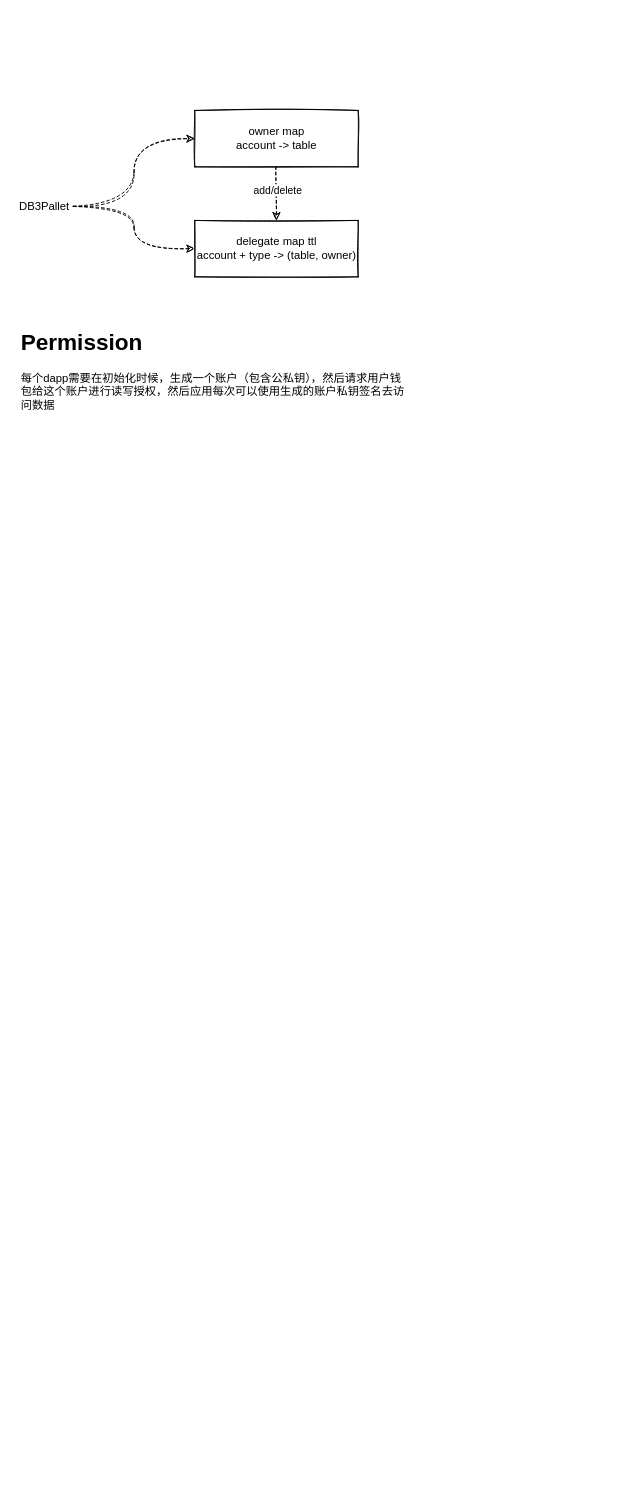
Earlier version of the draw.io diagram page "permission" (2 of 3) of db3.drawio (dbpunk-labs/db3-design). Source tidied: cells renumbered, new cells numbered last; positions are measured from the earlier drawing's top-left corner, leaving out a move shared by most shapes. Both pictures are drawn from the tidied source at 94%, with x=0, y=0 at pixel (16, 110).
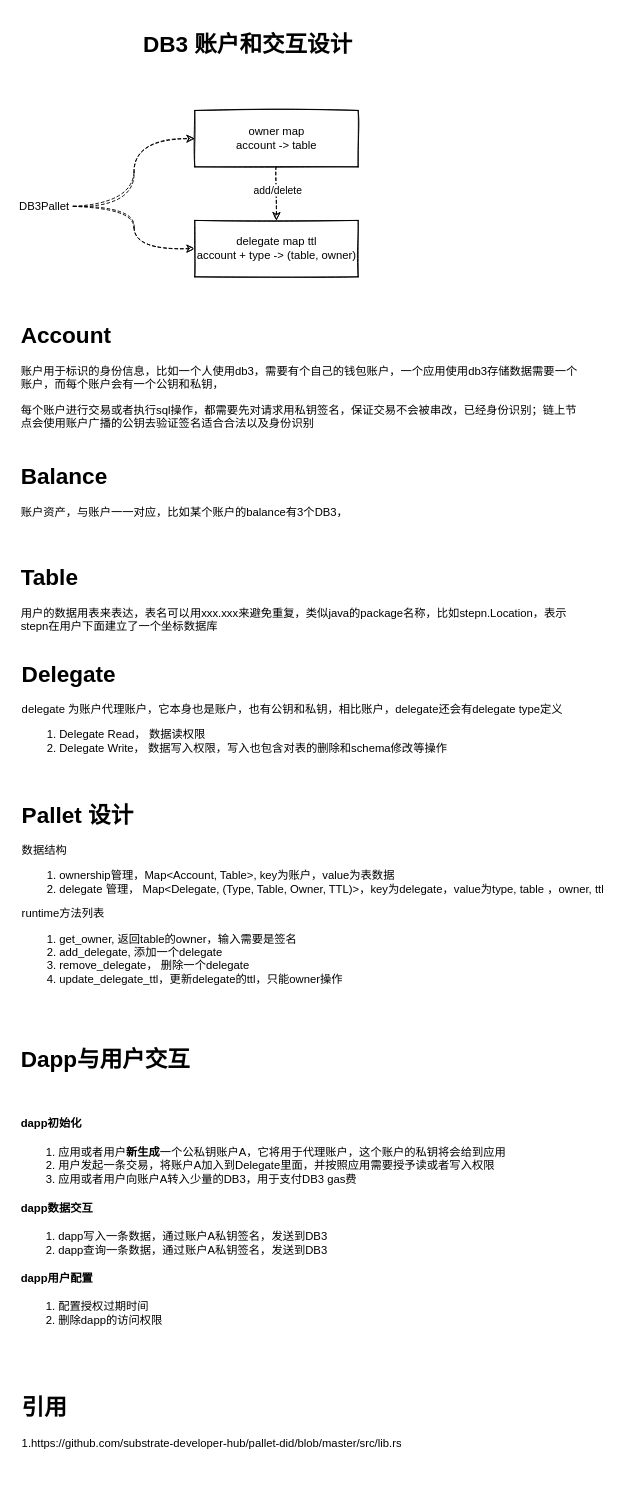
The same diagram, later.

Commit message (it also covers changes not shown here):
design the account system

The edit, as a diff of the source:
```diff
@@
 <mxGraphModel>
   <root>
     <mxCell id="0" />
     <mxCell id="1" parent="0" />
     <mxCell id="2" style="edgeStyle=orthogonalEdgeStyle;curved=1;rounded=0;sketch=1;jettySize=auto;html=1;dashed=1;startArrow=none;startFill=0;entryX=0;entryY=0.5;entryDx=0;entryDy=0;" parent="1" edge="1" source="4" target="7">
       <mxGeometry relative="1" as="geometry" />
     </mxCell>
     <mxCell id="3" style="edgeStyle=orthogonalEdgeStyle;curved=1;rounded=0;sketch=1;jettySize=auto;html=1;entryX=0;entryY=0.5;entryDx=0;entryDy=0;dashed=1;startArrow=none;startFill=0;" parent="1" edge="1" source="4" target="8">
       <mxGeometry relative="1" as="geometry" />
     </mxCell>
     <mxCell id="4" value="DB3Pallet" style="text;html=1;strokeColor=none;fillColor=none;align=center;verticalAlign=middle;whiteSpace=wrap;rounded=0;sketch=1;" parent="1" vertex="1">
       <mxGeometry x="0.4" y="87" width="60" height="30" as="geometry" />
     </mxCell>
     <mxCell id="5" style="edgeStyle=orthogonalEdgeStyle;curved=1;rounded=0;sketch=1;jettySize=auto;html=1;entryX=0.5;entryY=0;entryDx=0;entryDy=0;dashed=1;startArrow=none;startFill=0;" parent="1" edge="1" source="7" target="8">
       <mxGeometry relative="1" as="geometry" />
     </mxCell>
     <mxCell id="6" value="add/delete" style="edgeLabel;html=1;align=center;verticalAlign=middle;" parent="5" vertex="1">
       <mxGeometry x="-0.16" y="1" relative="1" as="geometry" />
     </mxCell>
     <mxCell id="7" value="owner map&lt;br&gt;account -&amp;gt; table" style="rounded=0;whiteSpace=wrap;html=1;sketch=1;" parent="1" vertex="1">
       <mxGeometry x="189.7" width="173.8" height="60" as="geometry" />
     </mxCell>
     <mxCell id="8" value="delegate map ttl&lt;br&gt;account + type -&amp;gt; (table, owner)" style="rounded=0;whiteSpace=wrap;html=1;sketch=1;" parent="1" vertex="1">
       <mxGeometry x="189.7" y="117" width="173.8" height="60" as="geometry" />
     </mxCell>
-    <mxCell id="9" value="&lt;h1&gt;Permission&lt;/h1&gt;&lt;p&gt;每个dapp需要在初始化时候，生成一个账户（包含公私钥），然后请求用户钱包给这个账户进行读写授权，然后应用每次可以使用生成的账户私钥签名去访问数据&lt;/p&gt;" style="text;html=1;strokeColor=none;fillColor=none;spacing=5;spacingTop=-20;whiteSpace=wrap;overflow=hidden;rounded=0;sketch=1;" parent="1" vertex="1">
-      <mxGeometry y="227" width="423" height="100" as="geometry" />
+    <mxCell id="9" value="&lt;h1&gt;引用&lt;/h1&gt;&lt;p&gt;1.https://github.com/substrate-developer-hub/pallet-did/blob/master/src/lib.rs&lt;/p&gt;" style="text;html=1;strokeColor=none;fillColor=none;spacing=5;spacingTop=-20;whiteSpace=wrap;overflow=hidden;rounded=0;sketch=1;" parent="1" vertex="1">
+      <mxGeometry x="0.8" y="1360" width="423" height="100" as="geometry" />
     </mxCell>
+    <mxCell id="10" value="&lt;h1&gt;Account&lt;/h1&gt;&lt;p&gt;账户用于标识的身份信息，比如一个人使用db3，需要有个自己的钱包账户，一个应用使用db3存储数据需要一个账户，而每个账户会有一个公钥和私钥，&lt;/p&gt;&lt;p&gt;每个账户进行交易或者执行sql操作，都需要先对请求用私钥签名，保证交易不会被串改，已经身份识别；链上节点会使用账户广播的公钥去验证签名适合合法以及身份识别&lt;/p&gt;&lt;p&gt;&lt;br&gt;&lt;/p&gt;" style="text;html=1;strokeColor=none;fillColor=none;spacing=5;spacingTop=-20;whiteSpace=wrap;overflow=hidden;rounded=0;sketch=1;" parent="1" vertex="1">
+      <mxGeometry x="0.4" y="220" width="609.6" height="130" as="geometry" />
+    </mxCell>
+    <mxCell id="11" value="&lt;h1&gt;Table&lt;/h1&gt;&lt;p&gt;用户的数据用表来表达，表名可以用xxx.xxx来避免重复，类似java的package名称，比如stepn.Location，表示stepn在用户下面建立了一个坐标数据库&lt;/p&gt;" style="text;html=1;strokeColor=none;fillColor=none;spacing=5;spacingTop=-20;whiteSpace=wrap;overflow=hidden;rounded=0;sketch=1;" parent="1" vertex="1">
+      <mxGeometry x="0.4" y="476.5" width="609.6" height="90" as="geometry" />
+    </mxCell>
+    <mxCell id="12" value="&lt;h1&gt;Delegate&lt;/h1&gt;&lt;p&gt;delegate 为账户代理账户，它本身也是账户，也有公钥和私钥，相比账户，delegate还会有delegate type定义&lt;/p&gt;&lt;p&gt;&lt;/p&gt;&lt;ol&gt;&lt;li&gt;Delegate Read， 数据读权限&lt;/li&gt;&lt;li&gt;Delegate Write， 数据写入权限，写入也包含对表的删除和schema修改等操作&lt;/li&gt;&lt;/ol&gt;&lt;div&gt;&lt;br&gt;&lt;/div&gt;&lt;p&gt;&lt;/p&gt;" style="text;html=1;strokeColor=none;fillColor=none;spacing=5;spacingTop=-20;whiteSpace=wrap;overflow=hidden;rounded=0;sketch=1;" parent="1" vertex="1">
+      <mxGeometry x="0.8" y="580" width="609.6" height="130" as="geometry" />
+    </mxCell>
+    <mxCell id="13" value="&lt;h1&gt;Balance&lt;/h1&gt;&lt;p&gt;账户资产，与账户一一对应，比如某个账户的balance有3个DB3，&lt;/p&gt;" style="text;html=1;strokeColor=none;fillColor=none;spacing=5;spacingTop=-20;whiteSpace=wrap;overflow=hidden;rounded=0;sketch=1;" parent="1" vertex="1">
+      <mxGeometry y="370" width="609.6" height="90" as="geometry" />
+    </mxCell>
+    <mxCell id="14" value="&lt;h1&gt;Pallet 设计&lt;/h1&gt;&lt;p&gt;数据结构&lt;/p&gt;&lt;p&gt;&lt;/p&gt;&lt;ol&gt;&lt;li&gt;ownership管理，Map&amp;lt;Account, Table&amp;gt;, key为账户，value为表数据&lt;/li&gt;&lt;li&gt;delegate 管理， Map&amp;lt;Delegate, (Type, Table, Owner, TTL)&amp;gt;，key为delegate，value为type, table ，owner, ttl&lt;/li&gt;&lt;/ol&gt;&lt;div&gt;runtime方法列表&lt;/div&gt;&lt;div&gt;&lt;ol&gt;&lt;li&gt;get_owner, 返回table的owner，输入需要是签名&lt;/li&gt;&lt;li&gt;add_delegate, 添加一个delegate&lt;/li&gt;&lt;li&gt;remove_delegate， 删除一个delegate&lt;/li&gt;&lt;li&gt;update_delegate_ttl，更新delegate的ttl，只能owner操作&lt;/li&gt;&lt;/ol&gt;&lt;/div&gt;&lt;p&gt;&lt;/p&gt;&lt;p&gt;&lt;/p&gt;" style="text;html=1;strokeColor=none;fillColor=none;spacing=5;spacingTop=-20;whiteSpace=wrap;overflow=hidden;rounded=0;sketch=1;" parent="1" vertex="1">
+      <mxGeometry x="0.8" y="730" width="629.2" height="210" as="geometry" />
+    </mxCell>
+    <mxCell id="15" value="&lt;h1&gt;DB3 账户和交互设计&lt;/h1&gt;" style="text;html=1;strokeColor=none;fillColor=none;spacing=5;spacingTop=-20;whiteSpace=wrap;overflow=hidden;rounded=0;" parent="1" vertex="1">
+      <mxGeometry x="130" y="-90" width="395" height="120" as="geometry" />
+    </mxCell>
+    <mxCell id="16" value="&lt;h1&gt;Dapp与用户交互&lt;/h1&gt;&lt;p&gt;&lt;br&gt;&lt;/p&gt;&lt;h4&gt;dapp初始化&lt;/h4&gt;&lt;div&gt;&lt;ol&gt;&lt;li&gt;应用或者用户&lt;b&gt;新生成&lt;/b&gt;一个公私钥账户A，它将用于代理账户，这个账户的私钥将会给到应用&lt;/li&gt;&lt;li&gt;用户发起一条交易，将账户A加入到Delegate里面，并按照应用需要授予读或者写入权限&lt;/li&gt;&lt;li&gt;应用或者用户向账户A转入少量的DB3，用于支付DB3 gas费&lt;/li&gt;&lt;/ol&gt;&lt;h4&gt;dapp数据交互&lt;/h4&gt;&lt;ol&gt;&lt;li&gt;dapp写入一条数据，通过账户A私钥签名，发送到DB3&amp;nbsp;&lt;/li&gt;&lt;li&gt;dapp查询一条数据，通过账户A私钥签名，发送到DB3&lt;/li&gt;&lt;/ol&gt;&lt;h4&gt;dapp用户配置&lt;/h4&gt;&lt;/div&gt;&lt;div&gt;&lt;ol&gt;&lt;li&gt;配置授权过期时间&lt;/li&gt;&lt;li&gt;删除dapp的访问权限&lt;/li&gt;&lt;/ol&gt;&lt;/div&gt;&lt;p&gt;&lt;/p&gt;&lt;p&gt;&lt;/p&gt;" style="text;html=1;strokeColor=none;fillColor=none;spacing=5;spacingTop=-20;whiteSpace=wrap;overflow=hidden;rounded=0;sketch=1;" parent="1" vertex="1">
+      <mxGeometry y="990" width="630" height="320" as="geometry" />
+    </mxCell>
   </root>
 </mxGraphModel>
```
